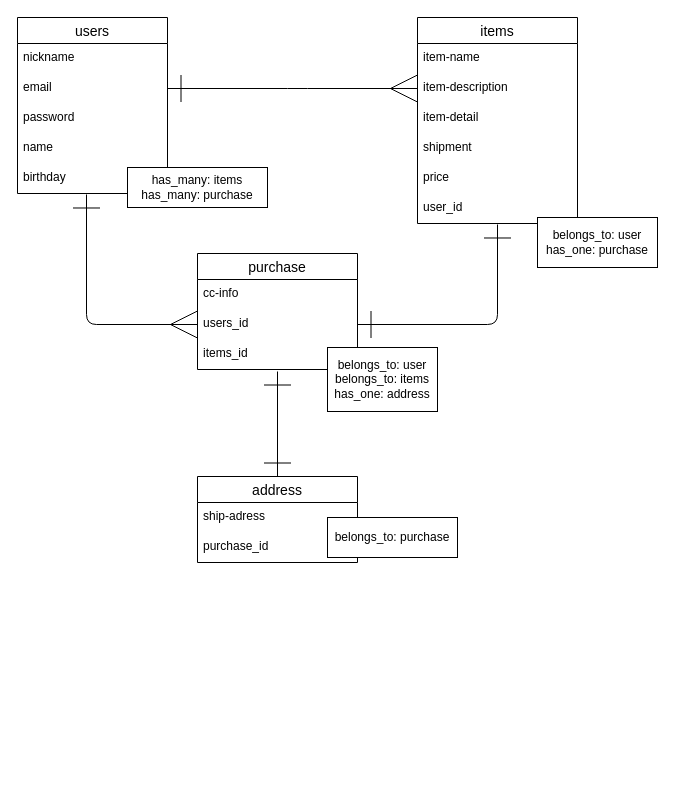
The draw.io diagram furima.dio in cut2key/furima-37593, before the edit. Source tidied: cells renumbered, new cells numbered last; positions are measured from the earlier drawing's top-left corner, leaving out a move shared by most shapes. Both pictures are drawn from the tidied source at 100%, with x=0, y=0 at pixel (17, 17).
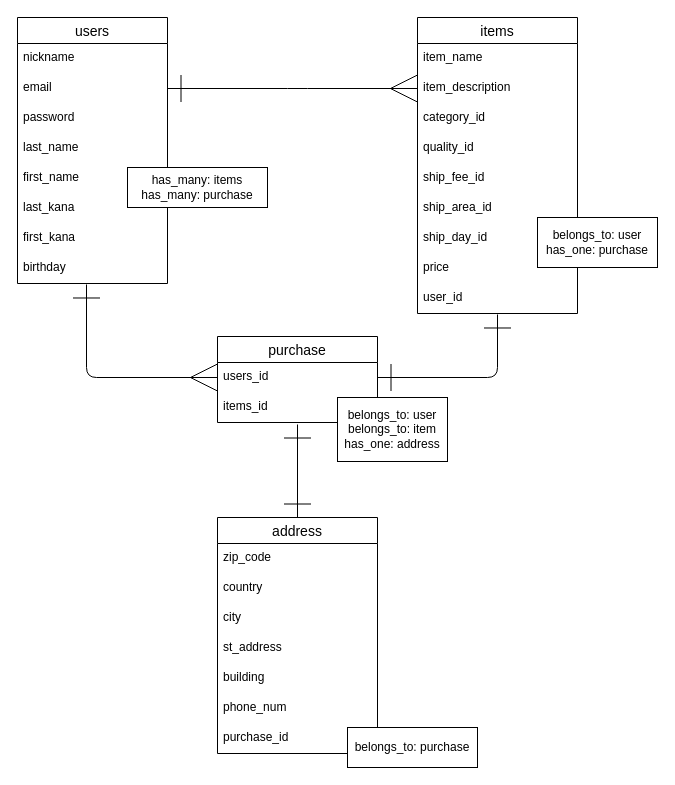
After the change.

The edit, as a diff of the source:
```diff
@@
     <mxCell id="2" value="users" style="swimlane;fontStyle=0;horizontal=1;startSize=26;align=center;fontSize=14;" parent="1" vertex="1">
-      <mxGeometry width="150" height="176" as="geometry" />
+      <mxGeometry width="150" height="266" as="geometry" />
     </mxCell>
@@
-    <mxCell id="6" value="name" style="text;strokeColor=none;fillColor=none;spacingLeft=4;spacingRight=4;overflow=hidden;fontSize=12;" parent="2" vertex="1">
+    <mxCell id="6" value="last_name" style="text;strokeColor=none;fillColor=none;spacingLeft=4;spacingRight=4;overflow=hidden;fontSize=12;" parent="2" vertex="1">
       <mxGeometry y="116" width="150" height="30" as="geometry" />
     </mxCell>
+    <mxCell id="30" value="first_name" style="text;strokeColor=none;fillColor=none;spacingLeft=4;spacingRight=4;overflow=hidden;fontSize=12;" parent="2" vertex="1">
+      <mxGeometry y="146" width="150" height="30" as="geometry" />
+    </mxCell>
+    <mxCell id="31" value="last_kana" style="text;strokeColor=none;fillColor=none;spacingLeft=4;spacingRight=4;overflow=hidden;fontSize=12;" parent="2" vertex="1">
+      <mxGeometry y="176" width="150" height="30" as="geometry" />
+    </mxCell>
+    <mxCell id="32" value="first_kana" style="text;strokeColor=none;fillColor=none;spacingLeft=4;spacingRight=4;overflow=hidden;fontSize=12;" parent="2" vertex="1">
+      <mxGeometry y="206" width="150" height="30" as="geometry" />
+    </mxCell>
     <mxCell id="7" value="birthday" style="text;strokeColor=none;fillColor=none;spacingLeft=4;spacingRight=4;overflow=hidden;points=[[0,0.5],[1,0.5]];portConstraint=eastwest;fontSize=12;" parent="2" vertex="1">
-      <mxGeometry y="146" width="150" height="30" as="geometry" />
+      <mxGeometry y="236" width="150" height="30" as="geometry" />
     </mxCell>
     <mxCell id="8" value="items" style="swimlane;fontStyle=0;horizontal=1;startSize=26;align=center;fontSize=14;" parent="1" vertex="1">
-      <mxGeometry x="400" width="160" height="206" as="geometry" />
+      <mxGeometry x="400" width="160" height="296" as="geometry" />
     </mxCell>
-    <mxCell id="9" value="item-name" style="text;strokeColor=none;fillColor=none;spacingLeft=4;spacingRight=4;overflow=hidden;fontSize=12;" parent="8" vertex="1">
+    <mxCell id="9" value="item_name" style="text;strokeColor=none;fillColor=none;spacingLeft=4;spacingRight=4;overflow=hidden;fontSize=12;" parent="8" vertex="1">
       <mxGeometry y="26" width="160" height="30" as="geometry" />
     </mxCell>
-    <mxCell id="10" value="item-description" style="text;strokeColor=none;fillColor=none;spacingLeft=4;spacingRight=4;overflow=hidden;fontSize=12;" parent="8" vertex="1">
+    <mxCell id="10" value="item_description" style="text;strokeColor=none;fillColor=none;spacingLeft=4;spacingRight=4;overflow=hidden;fontSize=12;" parent="8" vertex="1">
       <mxGeometry y="56" width="160" height="30" as="geometry" />
     </mxCell>
-    <mxCell id="11" value="item-detail" style="text;strokeColor=none;fillColor=none;spacingLeft=4;spacingRight=4;overflow=hidden;fontSize=12;" parent="8" vertex="1">
+    <mxCell id="11" value="category_id" style="text;strokeColor=none;fillColor=none;spacingLeft=4;spacingRight=4;overflow=hidden;fontSize=12;" parent="8" vertex="1">
       <mxGeometry y="86" width="160" height="30" as="geometry" />
     </mxCell>
-    <mxCell id="12" value="shipment" style="text;strokeColor=none;fillColor=none;spacingLeft=4;spacingRight=4;overflow=hidden;fontSize=12;" parent="8" vertex="1">
-      <mxGeometry y="116" width="160" height="30" as="geometry" />
-    </mxCell>
+    <mxCell id="33" value="quality_id" style="text;strokeColor=none;fillColor=none;spacingLeft=4;spacingRight=4;overflow=hidden;fontSize=12;" parent="8" vertex="1">
+      <mxGeometry y="116" width="160" height="30" as="geometry" />
+    </mxCell>
+    <mxCell id="34" value="ship_fee_id" style="text;strokeColor=none;fillColor=none;spacingLeft=4;spacingRight=4;overflow=hidden;fontSize=12;" parent="8" vertex="1">
+      <mxGeometry y="146" width="160" height="30" as="geometry" />
+    </mxCell>
+    <mxCell id="35" value="ship_area_id" style="text;strokeColor=none;fillColor=none;spacingLeft=4;spacingRight=4;overflow=hidden;fontSize=12;" parent="8" vertex="1">
+      <mxGeometry y="176" width="160" height="30" as="geometry" />
+    </mxCell>
+    <mxCell id="36" value="ship_day_id" style="text;strokeColor=none;fillColor=none;spacingLeft=4;spacingRight=4;overflow=hidden;fontSize=12;" parent="8" vertex="1">
+      <mxGeometry y="206" width="160" height="30" as="geometry" />
+    </mxCell>
     <mxCell id="13" value="price" style="text;strokeColor=none;fillColor=none;spacingLeft=4;spacingRight=4;overflow=hidden;fontSize=12;" parent="8" vertex="1">
-      <mxGeometry y="146" width="160" height="30" as="geometry" />
+      <mxGeometry y="236" width="160" height="30" as="geometry" />
     </mxCell>
     <mxCell id="14" value="user_id" style="text;strokeColor=none;fillColor=none;spacingLeft=4;spacingRight=4;overflow=hidden;points=[[0,0.5],[1,0.5]];portConstraint=eastwest;fontSize=12;" parent="8" vertex="1">
-      <mxGeometry y="176" width="160" height="30" as="geometry" />
+      <mxGeometry y="266" width="160" height="30" as="geometry" />
     </mxCell>
@@
     <mxCell id="16" value="address" style="swimlane;fontStyle=0;horizontal=1;startSize=26;align=center;fontSize=14;" parent="1" vertex="1">
-      <mxGeometry x="180" y="459" width="160" height="86" as="geometry" />
+      <mxGeometry x="200" y="500" width="160" height="236" as="geometry" />
     </mxCell>
-    <mxCell id="17" value="ship-adress" style="text;strokeColor=none;fillColor=none;spacingLeft=4;spacingRight=4;overflow=hidden;fontSize=12;" parent="16" vertex="1">
-      <mxGeometry y="26" width="160" height="30" as="geometry" />
-    </mxCell>
+    <mxCell id="37" value="zip_code" style="text;strokeColor=none;fillColor=none;spacingLeft=4;spacingRight=4;overflow=hidden;fontSize=12;" parent="16" vertex="1">
+      <mxGeometry y="26" width="160" height="30" as="geometry" />
+    </mxCell>
+    <mxCell id="38" value="country" style="text;strokeColor=none;fillColor=none;spacingLeft=4;spacingRight=4;overflow=hidden;fontSize=12;" parent="16" vertex="1">
+      <mxGeometry y="56" width="160" height="30" as="geometry" />
+    </mxCell>
+    <mxCell id="39" value="city" style="text;strokeColor=none;fillColor=none;spacingLeft=4;spacingRight=4;overflow=hidden;fontSize=12;" parent="16" vertex="1">
+      <mxGeometry y="86" width="160" height="30" as="geometry" />
+    </mxCell>
+    <mxCell id="40" value="st_address" style="text;strokeColor=none;fillColor=none;spacingLeft=4;spacingRight=4;overflow=hidden;fontSize=12;" parent="16" vertex="1">
+      <mxGeometry y="116" width="160" height="30" as="geometry" />
+    </mxCell>
+    <mxCell id="41" value="building" style="text;strokeColor=none;fillColor=none;spacingLeft=4;spacingRight=4;overflow=hidden;fontSize=12;" parent="16" vertex="1">
+      <mxGeometry y="146" width="160" height="30" as="geometry" />
+    </mxCell>
+    <mxCell id="42" value="phone_num" style="text;strokeColor=none;fillColor=none;spacingLeft=4;spacingRight=4;overflow=hidden;fontSize=12;" parent="16" vertex="1">
+      <mxGeometry y="176" width="160" height="30" as="geometry" />
+    </mxCell>
     <mxCell id="18" value="purchase_id" style="text;strokeColor=none;fillColor=none;spacingLeft=4;spacingRight=4;overflow=hidden;fontSize=12;" parent="16" vertex="1">
-      <mxGeometry y="56" width="160" height="30" as="geometry" />
+      <mxGeometry y="206" width="160" height="30" as="geometry" />
     </mxCell>
     <mxCell id="19" value="purchase" style="swimlane;fontStyle=0;horizontal=1;startSize=26;align=center;fontSize=14;" parent="1" vertex="1">
-      <mxGeometry x="180" y="236" width="160" height="116" as="geometry" />
+      <mxGeometry x="200" y="319" width="160" height="86" as="geometry" />
     </mxCell>
-    <mxCell id="20" value="cc-info" style="text;strokeColor=none;fillColor=none;spacingLeft=4;spacingRight=4;overflow=hidden;fontSize=12;" parent="19" vertex="1">
-      <mxGeometry y="26" width="160" height="30" as="geometry" />
-    </mxCell>
     <mxCell id="21" value="users_id" style="text;strokeColor=none;fillColor=none;spacingLeft=4;spacingRight=4;overflow=hidden;points=[[0,0.5],[1,0.5]];portConstraint=eastwest;fontSize=12;" parent="19" vertex="1">
-      <mxGeometry y="56" width="160" height="30" as="geometry" />
+      <mxGeometry y="26" width="160" height="30" as="geometry" />
     </mxCell>
     <mxCell id="22" value="items_id" style="text;strokeColor=none;fillColor=none;spacingLeft=4;spacingRight=4;overflow=hidden;points=[[0,0.5],[1,0.5]];portConstraint=eastwest;fontSize=12;" parent="19" vertex="1">
-      <mxGeometry y="86" width="160" height="30" as="geometry" />
+      <mxGeometry y="56" width="160" height="30" as="geometry" />
     </mxCell>
@@
-    <mxCell id="25" value="belongs_to: user&lt;br&gt;belongs_to: items&lt;br&gt;has_one: address" style="whiteSpace=wrap;html=1;align=center;" parent="1" vertex="1">
-      <mxGeometry x="310" y="330" width="110" height="64" as="geometry" />
+    <mxCell id="25" value="belongs_to: user&lt;br&gt;belongs_to: item&lt;br&gt;has_one: address" style="whiteSpace=wrap;html=1;align=center;" parent="1" vertex="1">
+      <mxGeometry x="320" y="380" width="110" height="64" as="geometry" />
     </mxCell>
     <mxCell id="26" value="belongs_to: purchase" style="whiteSpace=wrap;html=1;align=center;" parent="1" vertex="1">
-      <mxGeometry x="310" y="500" width="130" height="40" as="geometry" />
+      <mxGeometry x="330" y="710" width="130" height="40" as="geometry" />
     </mxCell>
@@
     <mxCell id="28" style="edgeStyle=orthogonalEdgeStyle;jumpSize=6;html=1;exitX=1;exitY=0.5;exitDx=0;exitDy=0;startArrow=ERone;startFill=0;endArrow=ERone;endFill=0;startSize=25;endSize=25;strokeWidth=1;entryX=0.5;entryY=1.033;entryDx=0;entryDy=0;entryPerimeter=0;" parent="1" edge="1" source="21" target="14">
       <mxGeometry relative="1" as="geometry">
         <Array as="points">
-          <mxPoint x="480" y="307" />
+          <mxPoint x="480" y="360" />
         </Array>
       </mxGeometry>
     </mxCell>
```
